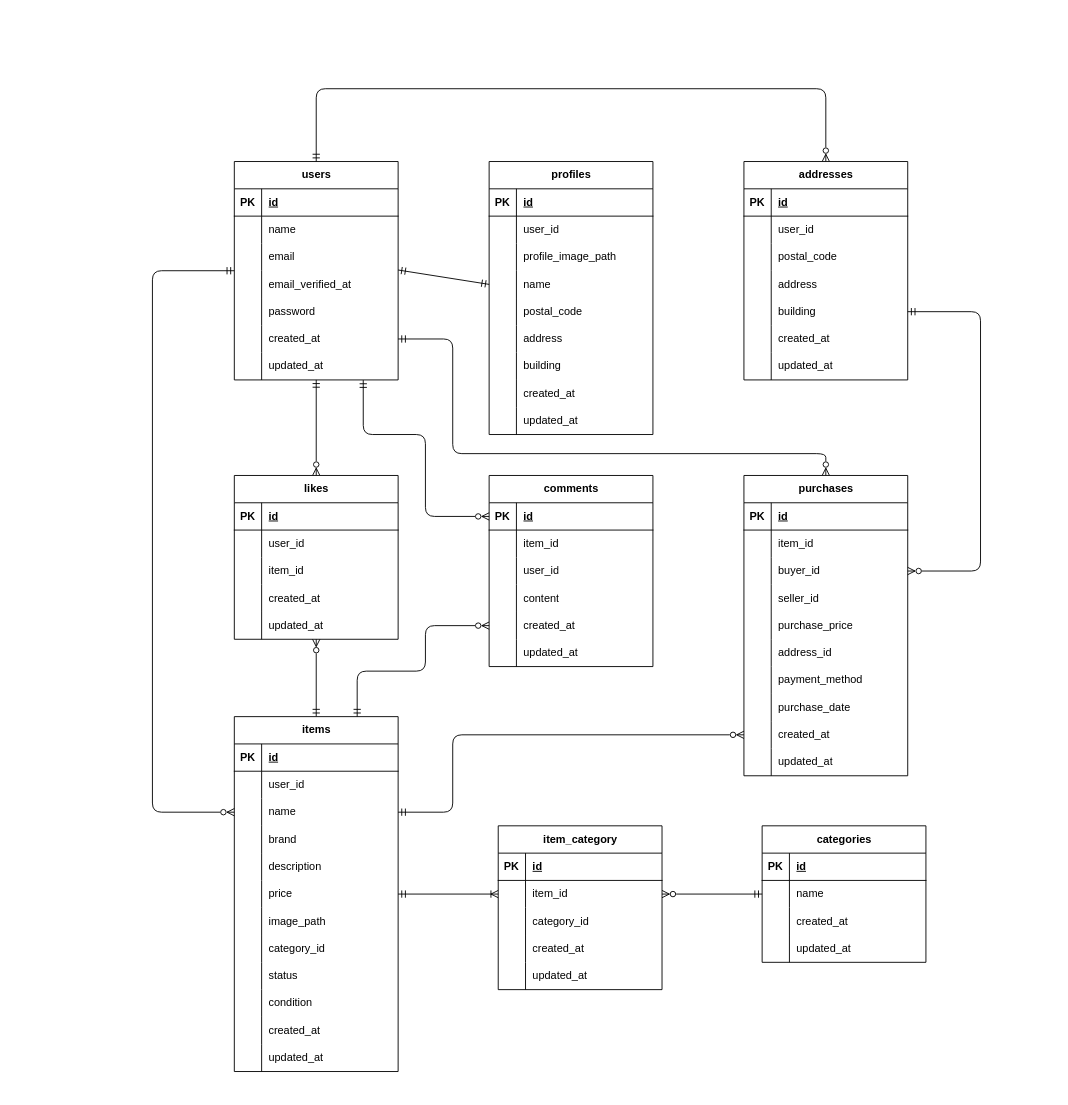
atyamaru1211/mogi-1 keeps this draw.io diagram as erd.dio. Above is the earlier version. Source tidied: cells renumbered, new cells numbered last; positions are measured from the earlier drawing's top-left corner, leaving out a move shared by most shapes. Both pictures are drawn from the tidied source at 91%, with x=0, y=0 at pixel (152, 88).
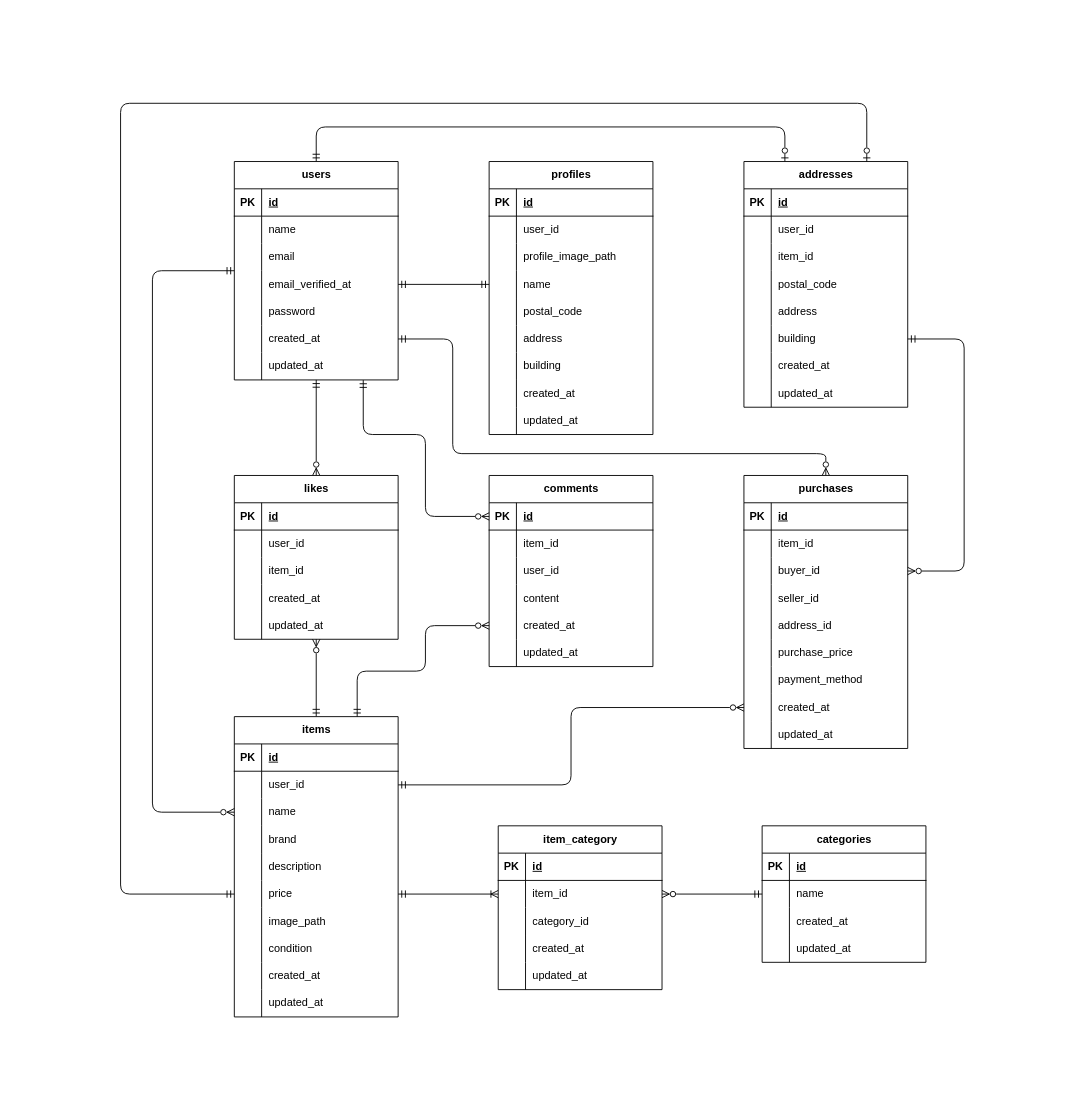
After the change.

Unchanged cells that the change refers to:
```xml
<mxCell id="2" value="users" style="shape=table;startSize=30;childLayout=tableLayout;rowLines=0;fontStyle=1;align=center;html=1;" parent="1" vertex="1">
  <mxGeometry x="90" y="80" width="180" height="240" as="geometry" />
</mxCell>
<mxCell id="9" style="shape=tableRow;horizontal=0;startSize=0;swimlaneHead=0;swimlaneBody=0;fillColor=none;points=[[0,0.5],[1,0.5]];portConstraint=eastwest;top=0;left=0;right=0;bottom=0;" parent="2" vertex="1">
  <mxGeometry y="90" width="180" height="30" as="geometry" />
</mxCell>
<mxCell id="12" style="shape=tableRow;horizontal=0;startSize=0;swimlaneHead=0;swimlaneBody=0;fillColor=none;points=[[0,0.5],[1,0.5]];portConstraint=eastwest;top=0;left=0;right=0;bottom=0;" parent="2" vertex="1">
  <mxGeometry y="120" width="180" height="30" as="geometry" />
</mxCell>
<mxCell id="29" style="shape=tableRow;horizontal=0;startSize=0;swimlaneHead=0;swimlaneBody=0;fillColor=none;points=[[0,0.5],[1,0.5]];portConstraint=eastwest;top=0;left=0;right=0;bottom=0;" parent="25" vertex="1">
  <mxGeometry y="60" width="180" height="30" as="geometry" />
</mxCell>
<mxCell id="32" style="shape=tableRow;horizontal=0;startSize=0;swimlaneHead=0;swimlaneBody=0;fillColor=none;points=[[0,0.5],[1,0.5]];portConstraint=eastwest;top=0;left=0;right=0;bottom=0;" parent="25" vertex="1">
  <mxGeometry y="90" width="180" height="30" as="geometry" />
</mxCell>
<mxCell id="41" style="shape=tableRow;horizontal=0;startSize=0;swimlaneHead=0;swimlaneBody=0;fillColor=none;points=[[0,0.5],[1,0.5]];portConstraint=eastwest;top=0;left=0;right=0;bottom=0;" parent="25" vertex="1">
  <mxGeometry y="180" width="180" height="30" as="geometry" />
</mxCell>
<mxCell id="70" style="shape=tableRow;horizontal=0;startSize=0;swimlaneHead=0;swimlaneBody=0;fillColor=none;points=[[0,0.5],[1,0.5]];portConstraint=eastwest;top=0;left=0;right=0;bottom=0;" parent="63" vertex="1">
  <mxGeometry y="90" width="180" height="30" as="geometry" />
</mxCell>
<mxCell id="169" style="shape=tableRow;horizontal=0;startSize=0;swimlaneHead=0;swimlaneBody=0;fillColor=none;points=[[0,0.5],[1,0.5]];portConstraint=eastwest;top=0;left=0;right=0;bottom=0;" parent="159" vertex="1">
  <mxGeometry y="120" width="180" height="30" as="geometry" />
</mxCell>
```

Change to the diagram source:
```diff
@@
-<mxGraphModel>
+<mxGraphModel background="#FFFFFF">
@@
+    <mxCell id="218" style="edgeStyle=orthogonalEdgeStyle;html=1;exitX=0.5;exitY=0;exitDx=0;exitDy=0;entryX=0.25;entryY=0;entryDx=0;entryDy=0;startArrow=ERmandOne;startFill=0;endArrow=ERzeroToOne;endFill=0;" parent="1" edge="1" source="2" target="188">
+      <mxGeometry relative="1" as="geometry">
+        <Array as="points">
+          <mxPoint x="180" y="42" />
+          <mxPoint x="695" y="42" />
+        </Array>
+      </mxGeometry>
+    </mxCell>
@@
     <mxCell id="25" value="items" style="shape=table;startSize=30;childLayout=tableLayout;rowLines=0;fontStyle=1;align=center;html=1;" parent="1" vertex="1">
-      <mxGeometry x="90" y="690" width="180" height="390" as="geometry" />
+      <mxGeometry x="90" y="690" width="180" height="330" as="geometry" />
     </mxCell>
@@
-    <mxCell id="47" style="shape=tableRow;horizontal=0;startSize=0;swimlaneHead=0;swimlaneBody=0;fillColor=none;top=0;left=0;right=0;bottom=0;" parent="25" vertex="1">
-      <mxGeometry y="240" width="180" height="30" as="geometry" />
-    </mxCell>
-    <mxCell id="48" style="shape=partialRectangle;fillColor=none;top=0;left=0;bottom=0;right=0;overflow=hidden;whiteSpace=wrap;html=1;" parent="47" vertex="1">
-      <mxGeometry width="30" height="30" as="geometry" />
-    </mxCell>
-    <mxCell id="49" value="category_id" style="shape=partialRectangle;fillColor=none;top=0;left=0;bottom=0;right=0;align=left;spacingLeft=6;overflow=hidden;whiteSpace=wrap;html=1;" parent="47" vertex="1">
-      <mxGeometry x="30" width="150" height="30" as="geometry" />
-    </mxCell>
-    <mxCell id="50" style="shape=tableRow;horizontal=0;startSize=0;swimlaneHead=0;swimlaneBody=0;fillColor=none;top=0;left=0;right=0;bottom=0;" parent="25" vertex="1">
-      <mxGeometry y="270" width="180" height="30" as="geometry" />
-    </mxCell>
-    <mxCell id="51" style="shape=partialRectangle;fillColor=none;top=0;left=0;bottom=0;right=0;overflow=hidden;whiteSpace=wrap;html=1;" parent="50" vertex="1">
-      <mxGeometry width="30" height="30" as="geometry" />
-    </mxCell>
-    <mxCell id="52" value="status" style="shape=partialRectangle;fillColor=none;top=0;left=0;bottom=0;right=0;align=left;spacingLeft=6;overflow=hidden;whiteSpace=wrap;html=1;" parent="50" vertex="1">
-      <mxGeometry x="30" width="150" height="30" as="geometry" />
-    </mxCell>
     <mxCell id="53" style="shape=tableRow;horizontal=0;startSize=0;swimlaneHead=0;swimlaneBody=0;fillColor=none;top=0;left=0;right=0;bottom=0;" parent="25" vertex="1">
-      <mxGeometry y="300" width="180" height="30" as="geometry" />
+      <mxGeometry y="240" width="180" height="30" as="geometry" />
     </mxCell>
@@
     <mxCell id="56" style="shape=tableRow;horizontal=0;startSize=0;swimlaneHead=0;swimlaneBody=0;fillColor=none;top=0;left=0;right=0;bottom=0;" parent="25" vertex="1">
-      <mxGeometry y="330" width="180" height="30" as="geometry" />
+      <mxGeometry y="270" width="180" height="30" as="geometry" />
     </mxCell>
@@
     <mxCell id="59" style="shape=tableRow;horizontal=0;startSize=0;swimlaneHead=0;swimlaneBody=0;fillColor=none;top=0;left=0;right=0;bottom=0;" parent="25" vertex="1">
-      <mxGeometry y="360" width="180" height="30" as="geometry" />
+      <mxGeometry y="300" width="180" height="30" as="geometry" />
     </mxCell>
@@
     <mxCell id="63" value="purchases" style="shape=table;startSize=30;childLayout=tableLayout;rowLines=0;fontStyle=1;align=center;html=1;" parent="1" vertex="1">
-      <mxGeometry x="650" y="425" width="180" height="330" as="geometry" />
+      <mxGeometry x="650" y="425" width="180" height="300" as="geometry" />
     </mxCell>
@@
+    <mxCell id="79" style="shape=tableRow;horizontal=0;startSize=0;swimlaneHead=0;swimlaneBody=0;fillColor=none;top=0;left=0;right=0;bottom=0;" parent="63" vertex="1">
+      <mxGeometry y="150" width="180" height="30" as="geometry" />
+    </mxCell>
+    <mxCell id="80" style="shape=partialRectangle;fillColor=none;top=0;left=0;bottom=0;right=0;overflow=hidden;whiteSpace=wrap;html=1;" parent="79" vertex="1">
+      <mxGeometry width="30" height="30" as="geometry" />
+    </mxCell>
+    <mxCell id="81" value="address_id" style="shape=partialRectangle;fillColor=none;top=0;left=0;bottom=0;right=0;align=left;spacingLeft=6;overflow=hidden;whiteSpace=wrap;html=1;" parent="79" vertex="1">
+      <mxGeometry x="30" width="150" height="30" as="geometry" />
+    </mxCell>
     <mxCell id="76" style="shape=tableRow;horizontal=0;startSize=0;swimlaneHead=0;swimlaneBody=0;fillColor=none;top=0;left=0;right=0;bottom=0;" parent="63" vertex="1">
-      <mxGeometry y="150" width="180" height="30" as="geometry" />
+      <mxGeometry y="180" width="180" height="30" as="geometry" />
     </mxCell>
@@
-    <mxCell id="79" style="shape=tableRow;horizontal=0;startSize=0;swimlaneHead=0;swimlaneBody=0;fillColor=none;top=0;left=0;right=0;bottom=0;" parent="63" vertex="1">
-      <mxGeometry y="180" width="180" height="30" as="geometry" />
-    </mxCell>
-    <mxCell id="80" style="shape=partialRectangle;fillColor=none;top=0;left=0;bottom=0;right=0;overflow=hidden;whiteSpace=wrap;html=1;" parent="79" vertex="1">
-      <mxGeometry width="30" height="30" as="geometry" />
-    </mxCell>
-    <mxCell id="81" value="address_id" style="shape=partialRectangle;fillColor=none;top=0;left=0;bottom=0;right=0;align=left;spacingLeft=6;overflow=hidden;whiteSpace=wrap;html=1;" parent="79" vertex="1">
-      <mxGeometry x="30" width="150" height="30" as="geometry" />
-    </mxCell>
@@
-    <mxCell id="85" style="shape=tableRow;horizontal=0;startSize=0;swimlaneHead=0;swimlaneBody=0;fillColor=none;top=0;left=0;right=0;bottom=0;" parent="63" vertex="1">
-      <mxGeometry y="240" width="180" height="30" as="geometry" />
-    </mxCell>
-    <mxCell id="86" style="shape=partialRectangle;fillColor=none;top=0;left=0;bottom=0;right=0;overflow=hidden;whiteSpace=wrap;html=1;" parent="85" vertex="1">
-      <mxGeometry width="30" height="30" as="geometry" />
-    </mxCell>
-    <mxCell id="87" value="purchase_date" style="shape=partialRectangle;fillColor=none;top=0;left=0;bottom=0;right=0;align=left;spacingLeft=6;overflow=hidden;whiteSpace=wrap;html=1;" parent="85" vertex="1">
-      <mxGeometry x="30" width="150" height="30" as="geometry" />
-    </mxCell>
     <mxCell id="88" style="shape=tableRow;horizontal=0;startSize=0;swimlaneHead=0;swimlaneBody=0;fillColor=none;points=[[0,0.5],[1,0.5]];portConstraint=eastwest;top=0;left=0;right=0;bottom=0;" parent="63" vertex="1">
-      <mxGeometry y="270" width="180" height="30" as="geometry" />
+      <mxGeometry y="240" width="180" height="30" as="geometry" />
     </mxCell>
@@
     <mxCell id="91" style="shape=tableRow;horizontal=0;startSize=0;swimlaneHead=0;swimlaneBody=0;fillColor=none;top=0;left=0;right=0;bottom=0;" parent="63" vertex="1">
-      <mxGeometry y="300" width="180" height="30" as="geometry" />
+      <mxGeometry y="270" width="180" height="30" as="geometry" />
     </mxCell>
@@
-    <mxCell id="187" style="edgeStyle=orthogonalEdgeStyle;html=1;entryX=0.5;entryY=0;entryDx=0;entryDy=0;startArrow=ERzeroToMany;startFill=0;endArrow=ERmandOne;endFill=0;" parent="1" edge="1" target="2">
-      <mxGeometry relative="1" as="geometry">
-        <mxPoint x="740" y="80" as="sourcePoint" />
-        <Array as="points">
-          <mxPoint x="740" />
-          <mxPoint x="180" />
-        </Array>
-      </mxGeometry>
-    </mxCell>
     <mxCell id="188" value="addresses" style="shape=table;startSize=30;childLayout=tableLayout;rowLines=0;fontStyle=1;align=center;html=1;" parent="1" vertex="1">
-      <mxGeometry x="650" y="80" width="180" height="240" as="geometry" />
+      <mxGeometry x="650" y="80" width="180" height="270" as="geometry" />
     </mxCell>
@@
+    <mxCell id="219" style="shape=tableRow;horizontal=0;startSize=0;swimlaneHead=0;swimlaneBody=0;fillColor=none;top=0;left=0;right=0;bottom=0;" parent="188" vertex="1">
+      <mxGeometry y="90" width="180" height="30" as="geometry" />
+    </mxCell>
+    <mxCell id="220" style="shape=partialRectangle;fillColor=none;top=0;left=0;bottom=0;right=0;overflow=hidden;whiteSpace=wrap;html=1;" parent="219" vertex="1">
+      <mxGeometry width="30" height="30" as="geometry" />
+    </mxCell>
+    <mxCell id="221" value="item_id" style="shape=partialRectangle;fillColor=none;top=0;left=0;bottom=0;right=0;align=left;spacingLeft=6;overflow=hidden;whiteSpace=wrap;html=1;" parent="219" vertex="1">
+      <mxGeometry x="30" width="150" height="30" as="geometry" />
+    </mxCell>
     <mxCell id="195" style="shape=tableRow;horizontal=0;startSize=0;swimlaneHead=0;swimlaneBody=0;fillColor=none;top=0;left=0;right=0;bottom=0;" parent="188" vertex="1">
-      <mxGeometry y="90" width="180" height="30" as="geometry" />
+      <mxGeometry y="120" width="180" height="30" as="geometry" />
     </mxCell>
@@
     <mxCell id="198" style="shape=tableRow;horizontal=0;startSize=0;swimlaneHead=0;swimlaneBody=0;fillColor=none;top=0;left=0;right=0;bottom=0;" parent="188" vertex="1">
-      <mxGeometry y="120" width="180" height="30" as="geometry" />
+      <mxGeometry y="150" width="180" height="30" as="geometry" />
     </mxCell>
@@
     <mxCell id="201" style="shape=tableRow;horizontal=0;startSize=0;swimlaneHead=0;swimlaneBody=0;fillColor=none;points=[[0,0.5],[1,0.5]];portConstraint=eastwest;top=0;left=0;right=0;bottom=0;" parent="188" vertex="1">
-      <mxGeometry y="150" width="180" height="30" as="geometry" />
+      <mxGeometry y="180" width="180" height="30" as="geometry" />
     </mxCell>
@@
     <mxCell id="204" style="shape=tableRow;horizontal=0;startSize=0;swimlaneHead=0;swimlaneBody=0;fillColor=none;top=0;left=0;right=0;bottom=0;" parent="188" vertex="1">
-      <mxGeometry y="180" width="180" height="30" as="geometry" />
+      <mxGeometry y="210" width="180" height="30" as="geometry" />
     </mxCell>
@@
     <mxCell id="207" style="shape=tableRow;horizontal=0;startSize=0;swimlaneHead=0;swimlaneBody=0;fillColor=none;top=0;left=0;right=0;bottom=0;" parent="188" vertex="1">
-      <mxGeometry y="210" width="180" height="30" as="geometry" />
+      <mxGeometry y="240" width="180" height="30" as="geometry" />
     </mxCell>
@@
-    <mxCell id="210" style="edgeStyle=none;html=1;exitX=0;exitY=0.5;exitDx=0;exitDy=0;endArrow=ERmandOne;endFill=0;startArrow=ERmandOne;startFill=0;" parent="1" edge="1" source="169" target="9">
+    <mxCell id="210" style="edgeStyle=none;html=1;exitX=0;exitY=0.5;exitDx=0;exitDy=0;endArrow=ERmandOne;endFill=0;startArrow=ERmandOne;startFill=0;entryX=1;entryY=0.5;entryDx=0;entryDy=0;" parent="1" edge="1" source="169" target="12">
       <mxGeometry relative="1" as="geometry" />
     </mxCell>
@@
-    <mxCell id="214" style="edgeStyle=orthogonalEdgeStyle;html=1;exitX=0;exitY=0.5;exitDx=0;exitDy=0;entryX=1;entryY=0.5;entryDx=0;entryDy=0;endArrow=ERmandOne;endFill=0;startArrow=ERzeroToMany;startFill=0;" parent="1" edge="1" source="88" target="32">
-      <mxGeometry relative="1" as="geometry">
-        <Array as="points">
-          <mxPoint x="330" y="710" />
-          <mxPoint x="330" y="795" />
-        </Array>
-      </mxGeometry>
-    </mxCell>
@@
     <mxCell id="217" style="edgeStyle=orthogonalEdgeStyle;html=1;exitX=1;exitY=0.5;exitDx=0;exitDy=0;entryX=1;entryY=0.5;entryDx=0;entryDy=0;endArrow=ERzeroToMany;endFill=0;startArrow=ERmandOne;startFill=0;" parent="1" edge="1" source="201" target="70">
       <mxGeometry relative="1" as="geometry">
         <Array as="points">
-          <mxPoint x="910" y="245" />
-          <mxPoint x="910" y="530" />
+          <mxPoint x="892" y="275" />
+          <mxPoint x="892" y="530" />
         </Array>
       </mxGeometry>
     </mxCell>
+    <mxCell id="222" style="edgeStyle=elbowEdgeStyle;html=1;exitX=1;exitY=0.5;exitDx=0;exitDy=0;entryX=0;entryY=0.5;entryDx=0;entryDy=0;startArrow=ERmandOne;startFill=0;endArrow=ERzeroToMany;endFill=0;" parent="1" edge="1" source="29" target="88">
+      <mxGeometry relative="1" as="geometry" />
+    </mxCell>
+    <mxCell id="223" style="edgeStyle=orthogonalEdgeStyle;html=1;exitX=0;exitY=0.5;exitDx=0;exitDy=0;entryX=0.75;entryY=0;entryDx=0;entryDy=0;startArrow=ERmandOne;startFill=0;endArrow=ERzeroToOne;endFill=0;" parent="1" edge="1" source="41" target="188">
+      <mxGeometry relative="1" as="geometry">
+        <Array as="points">
+          <mxPoint x="-35" y="885" />
+          <mxPoint x="-35" y="16" />
+          <mxPoint x="785" y="16" />
+        </Array>
+      </mxGeometry>
+    </mxCell>
+    <mxCell id="224" style="rounded=0;whiteSpace=wrap;html=1;strokeColor=none;" parent="1" vertex="1">
+      <mxGeometry x="-150" y="-80" width="60" height="60" as="geometry" />
+    </mxCell>
+    <mxCell id="225" style="rounded=0;whiteSpace=wrap;html=1;strokeColor=none;" parent="1" vertex="1">
+      <mxGeometry x="-150" y="1040" width="60" height="60" as="geometry" />
+    </mxCell>
+    <mxCell id="226" style="rounded=0;whiteSpace=wrap;html=1;strokeColor=none;" parent="1" vertex="1">
+      <mxGeometry x="930" y="1040" width="60" height="60" as="geometry" />
+    </mxCell>
+    <mxCell id="227" style="rounded=0;whiteSpace=wrap;html=1;strokeColor=none;" parent="1" vertex="1">
+      <mxGeometry x="930" y="-80" width="60" height="60" as="geometry" />
+    </mxCell>
```
